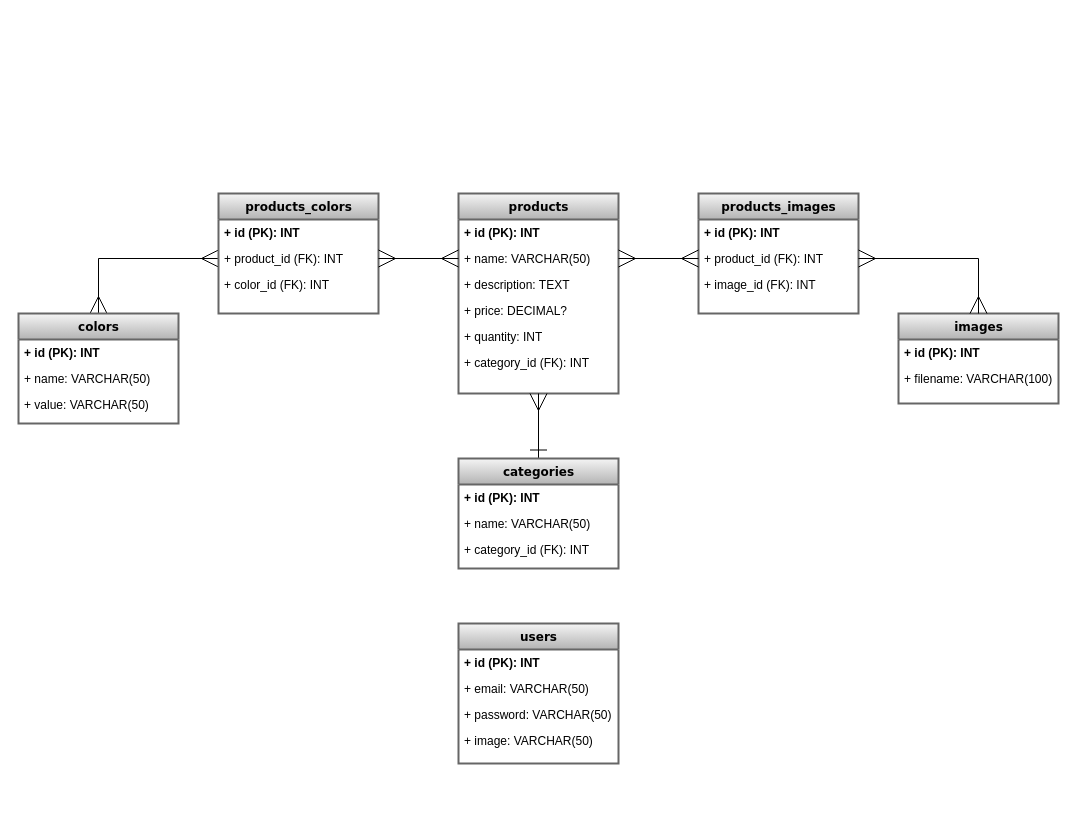
The draw.io diagram DER.drawio in gonzalokesy/grupo_1_roda, before the edit. Source tidied: cells renumbered, new cells numbered last; positions are measured from the earlier drawing's top-left corner, leaving out a move shared by most shapes. Both pictures are drawn from the tidied source at 100%, with x=0, y=0 at pixel (18, 193).
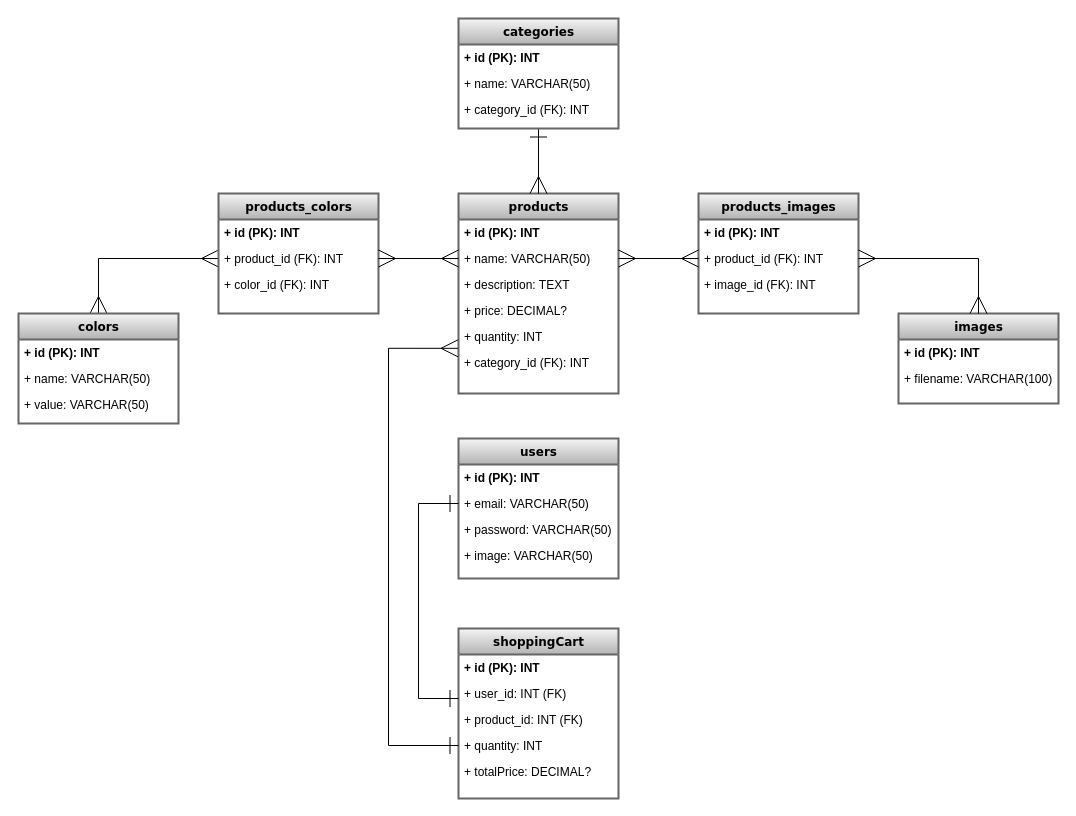
The same diagram, later.

Commit message:
Agregado de tablas de usuarios y carrito de compras

Unchanged cells that the change refers to:
```xml
<mxCell id="2" value="products" style="swimlane;html=1;fontStyle=1;align=center;verticalAlign=top;horizontal=1;startSize=26;swimlaneFillColor=#ffffff;rounded=0;shadow=0;comic=0;labelBackgroundColor=none;strokeWidth=2;fontFamily=Verdana;fontSize=12;fillColor=#f5f5f5;gradientColor=#b3b3b3;strokeColor=#666666;" parent="1" vertex="1">
  <mxGeometry x="440" width="160" height="200" as="geometry" />
</mxCell>
<mxCell id="8" value="+ category_id (FK): INT" style="text;html=1;strokeColor=none;fillColor=none;align=left;verticalAlign=top;spacingLeft=4;spacingRight=4;whiteSpace=wrap;overflow=hidden;points=[[0,0.5],[1,0.5]];portConstraint=eastwest;" parent="2" vertex="1">
  <mxGeometry y="156" width="160" height="26" as="geometry" />
</mxCell>
<mxCell id="35" value="+ email: VARCHAR(50)" style="text;html=1;strokeColor=none;fillColor=none;align=left;verticalAlign=top;spacingLeft=4;spacingRight=4;whiteSpace=wrap;overflow=hidden;points=[[0,0.5],[1,0.5]];portConstraint=eastwest;" parent="33" vertex="1">
  <mxGeometry y="52" width="160" height="26" as="geometry" />
</mxCell>
```

The edit, as a diff of the source:
```diff
@@
-    <mxCell id="14" style="edgeStyle=orthogonalEdgeStyle;rounded=0;jettySize=auto;html=1;entryX=0.5;entryY=1;entryDx=0;entryDy=0;startArrow=ERone;startFill=0;endArrow=ERmany;endFill=0;startSize=15;endSize=15;sourcePerimeterSpacing=0;targetPerimeterSpacing=0;strokeWidth=1;" parent="1" edge="1" source="15" target="2">
+    <mxCell id="14" style="edgeStyle=orthogonalEdgeStyle;rounded=0;jettySize=auto;html=1;startArrow=ERone;startFill=0;endArrow=ERmany;endFill=0;startSize=15;endSize=15;sourcePerimeterSpacing=0;targetPerimeterSpacing=0;strokeWidth=1;entryX=0.5;entryY=0;entryDx=0;entryDy=0;" parent="1" edge="1" source="15" target="2">
       <mxGeometry relative="1" as="geometry" />
     </mxCell>
     <mxCell id="15" value="categories" style="swimlane;html=1;fontStyle=1;align=center;verticalAlign=top;horizontal=1;startSize=26;swimlaneFillColor=#ffffff;rounded=0;shadow=0;comic=0;labelBackgroundColor=none;strokeWidth=2;fillColor=#f5f5f5;fontFamily=Verdana;fontSize=12;gradientColor=#b3b3b3;strokeColor=#666666;" parent="1" vertex="1">
-      <mxGeometry x="440" y="265" width="160" height="110" as="geometry" />
+      <mxGeometry x="440" y="-175" width="160" height="110" as="geometry" />
     </mxCell>
@@
     <mxCell id="33" value="users" style="swimlane;html=1;fontStyle=1;align=center;verticalAlign=top;horizontal=1;startSize=26;swimlaneFillColor=#ffffff;rounded=0;shadow=0;comic=0;labelBackgroundColor=none;strokeWidth=2;fontFamily=Verdana;fontSize=12;fillColor=#f5f5f5;gradientColor=#b3b3b3;strokeColor=#666666;" parent="1" vertex="1">
-      <mxGeometry x="440" y="430" width="160" height="140" as="geometry" />
+      <mxGeometry x="440" y="245" width="160" height="140" as="geometry" />
     </mxCell>
@@
+    <mxCell id="38" value="shoppingCart" style="swimlane;html=1;fontStyle=1;align=center;verticalAlign=top;horizontal=1;startSize=26;swimlaneFillColor=#ffffff;rounded=0;shadow=0;comic=0;labelBackgroundColor=none;strokeWidth=2;fontFamily=Verdana;fontSize=12;fillColor=#f5f5f5;gradientColor=#b3b3b3;strokeColor=#666666;" parent="1" vertex="1">
+      <mxGeometry x="440" y="435" width="160" height="170" as="geometry" />
+    </mxCell>
+    <mxCell id="39" value="+ id (PK): INT" style="text;strokeColor=none;fillColor=none;align=left;verticalAlign=top;spacingLeft=4;spacingRight=4;overflow=hidden;fontStyle=1;rounded=0;glass=0;labelBackgroundColor=none;labelBorderColor=none;whiteSpace=wrap;html=1;fontSize=12;" parent="38" vertex="1">
+      <mxGeometry y="26" width="160" height="26" as="geometry" />
+    </mxCell>
+    <mxCell id="40" value="+ user_id: INT (FK)" style="text;html=1;strokeColor=none;fillColor=none;align=left;verticalAlign=top;spacingLeft=4;spacingRight=4;whiteSpace=wrap;overflow=hidden;" parent="38" vertex="1">
+      <mxGeometry y="52" width="160" height="26" as="geometry" />
+    </mxCell>
+    <mxCell id="41" value="+ product_id: INT (FK)" style="text;html=1;strokeColor=none;fillColor=none;align=left;verticalAlign=top;spacingLeft=4;spacingRight=4;whiteSpace=wrap;overflow=hidden;" parent="38" vertex="1">
+      <mxGeometry y="78" width="160" height="26" as="geometry" />
+    </mxCell>
+    <mxCell id="42" value="+ quantity: INT" style="text;html=1;strokeColor=none;fillColor=none;align=left;verticalAlign=top;spacingLeft=4;spacingRight=4;whiteSpace=wrap;overflow=hidden;points=[[0,0.5],[1,0.5]];portConstraint=eastwest;" parent="38" vertex="1">
+      <mxGeometry y="104" width="160" height="26" as="geometry" />
+    </mxCell>
+    <mxCell id="43" value="+ totalPrice: DECIMAL?" style="text;html=1;strokeColor=none;fillColor=none;align=left;verticalAlign=top;spacingLeft=4;spacingRight=4;whiteSpace=wrap;overflow=hidden;" parent="38" vertex="1">
+      <mxGeometry y="130" width="160" height="26" as="geometry" />
+    </mxCell>
+    <mxCell id="44" style="edgeStyle=orthogonalEdgeStyle;rounded=0;jettySize=auto;html=1;entryX=0;entryY=0.5;entryDx=0;entryDy=0;endSize=15;startSize=15;startArrow=ERone;startFill=0;endArrow=ERone;endFill=0;" parent="1" edge="1" target="35">
+      <mxGeometry relative="1" as="geometry">
+        <mxPoint x="440" y="505" as="sourcePoint" />
+        <Array as="points">
+          <mxPoint x="440" y="505" />
+          <mxPoint x="400" y="505" />
+          <mxPoint x="400" y="310" />
+        </Array>
+      </mxGeometry>
+    </mxCell>
+    <mxCell id="45" style="edgeStyle=orthogonalEdgeStyle;rounded=0;jettySize=auto;html=1;exitX=0;exitY=0.5;exitDx=0;exitDy=0;entryX=-0.003;entryY=-0.045;entryDx=0;entryDy=0;entryPerimeter=0;startArrow=ERone;startFill=0;endArrow=ERmany;endFill=0;startSize=15;endSize=15;" parent="1" edge="1" source="42" target="8">
+      <mxGeometry relative="1" as="geometry">
+        <Array as="points">
+          <mxPoint x="370" y="552" />
+          <mxPoint x="370" y="155" />
+        </Array>
+      </mxGeometry>
+    </mxCell>
```
